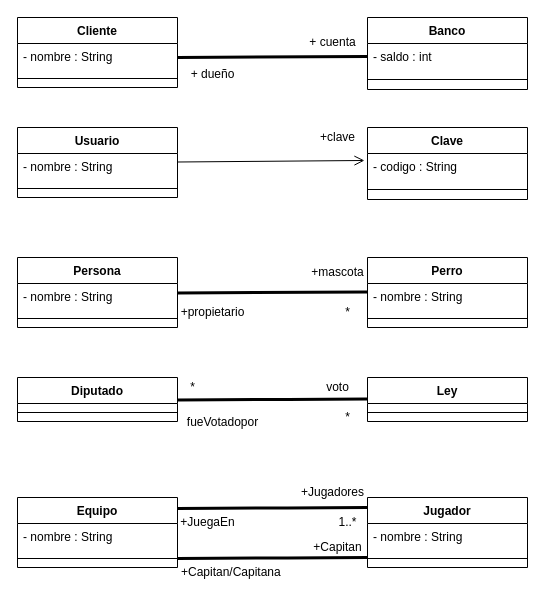
This is desing/ejemplos.drawio from venuzBG/Resumenes_Clases, a draw.io file, before an edit. Source tidied: cells renumbered, new cells numbered last; positions are measured from the earlier drawing's top-left corner, leaving out a move shared by most shapes. Both pictures are drawn from the tidied source at 100%, with x=0, y=0 at pixel (17, 17).
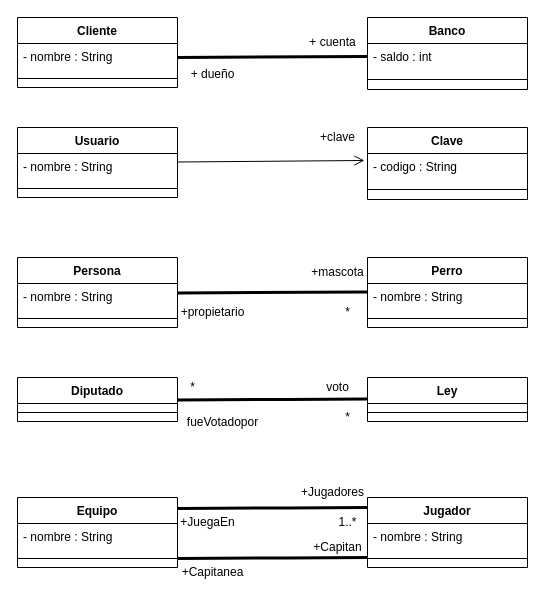
The same page after the edit.

The edit, as a diff of the source:
```diff
@@
-    <mxCell id="49" value="+Capitan/Capitana&amp;nbsp;" style="text;html=1;align=center;verticalAlign=middle;strokeColor=none;fillColor=none;" parent="1" vertex="1">
-      <mxGeometry x="150" y="540" width="130" height="30" as="geometry" />
+    <mxCell id="49" value="+Capitanea" style="text;html=1;align=center;verticalAlign=middle;strokeColor=none;fillColor=none;" parent="1" vertex="1">
+      <mxGeometry x="150" y="540" width="90" height="30" as="geometry" />
     </mxCell>
```
